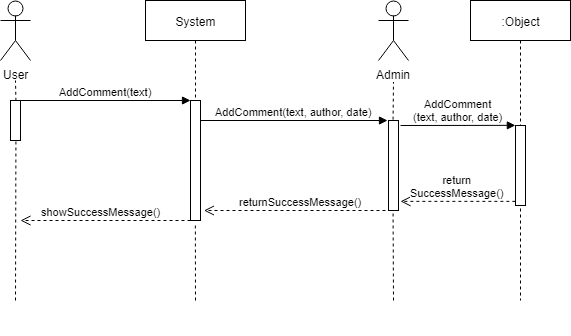
Earlier version of the draw.io export Behavioral/Sequence Diagram/Add comment success scenario.png (group-c/sw-project). Source tidied: cells renumbered, new cells last; positions are measured from the earlier drawing's top-left corner, leaving out a move shared by most shapes.
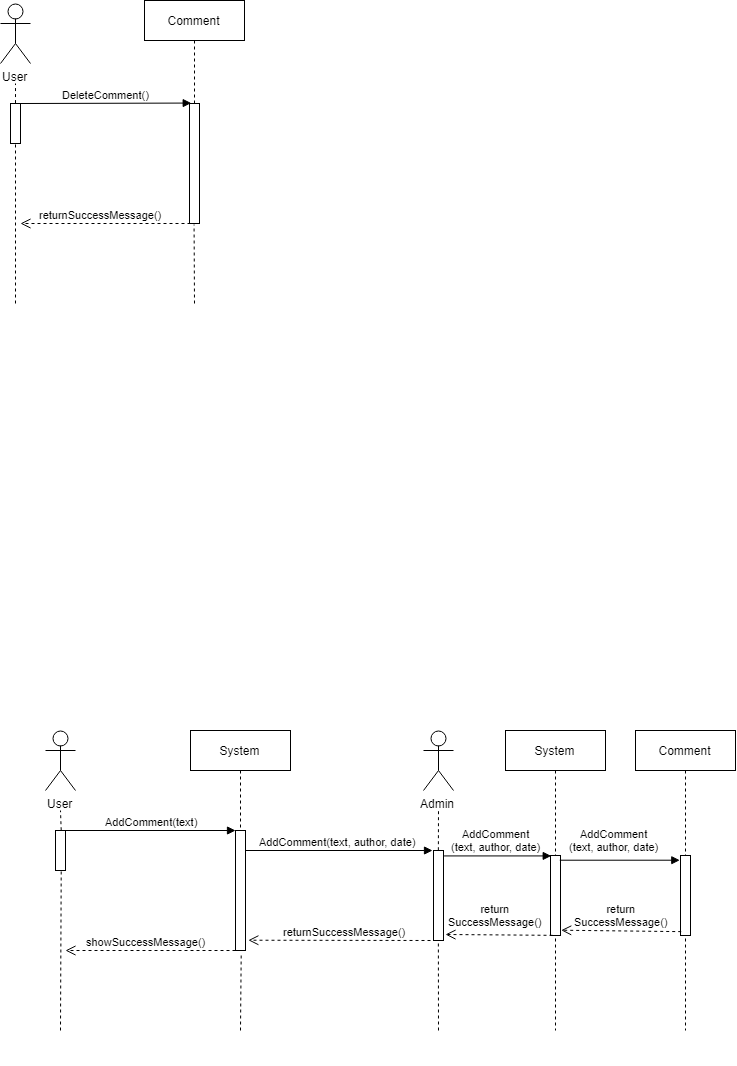
Above is the later version.

Commit message:
Added Add comment success scenario. Reyhaneh

The edit, as a diff of the source:
```diff
@@ -2,33 +2,74 @@
   <root>
     <mxCell id="0" />
     <mxCell id="1" parent="0" />
-    <mxCell id="2" value="User&lt;br&gt;" style="shape=umlActor;verticalLabelPosition=bottom;labelBackgroundColor=#ffffff;verticalAlign=top;html=1;" parent="1" vertex="1">
-      <mxGeometry width="30" height="60" as="geometry" />
-    </mxCell>
-    <mxCell id="3" style="html=1;points=[];perimeter=orthogonalPerimeter;" parent="1" vertex="1">
-      <mxGeometry x="10" y="100" width="10" height="40" as="geometry" />
-    </mxCell>
-    <mxCell id="4" style="html=1;points=[];perimeter=orthogonalPerimeter;" parent="1" vertex="1">
-      <mxGeometry x="388" y="120" width="10" height="90" as="geometry" />
-    </mxCell>
-    <mxCell id="5" style="endArrow=none;dashed=1;html=1;exitX=0.472;exitY=-0.011;exitDx=0;exitDy=0;exitPerimeter=0;" parent="1" edge="1" source="4">
-      <mxGeometry relative="1" as="geometry">
-        <mxPoint x="393" y="80" as="targetPoint" />
-      </mxGeometry>
-    </mxCell>
+    <mxCell id="22" value="User&lt;br&gt;" style="shape=umlActor;verticalLabelPosition=bottom;labelBackgroundColor=#ffffff;verticalAlign=top;html=1;" parent="1" vertex="1">
+      <mxGeometry x="-45" y="-727" width="30" height="60" as="geometry" />
+    </mxCell>
+    <mxCell id="23" style="html=1;points=[];perimeter=orthogonalPerimeter;" parent="1" vertex="1">
+      <mxGeometry x="-35" y="-627" width="10" height="40" as="geometry" />
+    </mxCell>
+    <mxCell id="24" style="html=1;points=[];perimeter=orthogonalPerimeter;" parent="1" vertex="1">
+      <mxGeometry x="144" y="-627" width="10" height="120" as="geometry" />
+    </mxCell>
+    <mxCell id="25" style="endArrow=none;dashed=1;html=1;exitX=0.523;exitY=0.002;exitDx=0;exitDy=0;exitPerimeter=0;" parent="1" edge="1" source="23">
+      <mxGeometry relative="1" as="geometry">
+        <mxPoint x="-30" y="-647" as="targetPoint" />
+      </mxGeometry>
+    </mxCell>
+    <mxCell id="26" style="endArrow=none;dashed=1;html=1;entryX=0.532;entryY=1.01;entryDx=0;entryDy=0;entryPerimeter=0;" parent="1" edge="1" target="23">
+      <mxGeometry relative="1" as="geometry">
+        <mxPoint x="-30" y="-427" as="sourcePoint" />
+      </mxGeometry>
+    </mxCell>
+    <mxCell id="27" value="DeleteComment()" style="html=1;verticalAlign=bottom;endArrow=block;entryX=0.1;entryY=0;entryDx=0;entryDy=0;entryPerimeter=0;" parent="1" edge="1" target="24">
+      <mxGeometry relative="1" as="geometry">
+        <mxPoint x="-25" y="-627" as="sourcePoint" />
+      </mxGeometry>
+    </mxCell>
+    <mxCell id="28" value="returnSuccessMessage()" style="html=1;verticalAlign=bottom;endArrow=open;dashed=1;endSize=8;" parent="1" edge="1">
+      <mxGeometry x="0.06" relative="1" as="geometry">
+        <mxPoint x="145" y="-507" as="sourcePoint" />
+        <mxPoint x="-25" y="-507" as="targetPoint" />
+      </mxGeometry>
+    </mxCell>
+    <mxCell id="29" style="endArrow=none;dashed=1;html=1;entryX=0.471;entryY=1.011;entryDx=0;entryDy=0;entryPerimeter=0;" parent="1" edge="1" target="24">
+      <mxGeometry relative="1" as="geometry">
+        <mxPoint x="149" y="-427" as="sourcePoint" />
+      </mxGeometry>
+    </mxCell>
+    <mxCell id="30" value="&lt;br&gt;&lt;br&gt;" style="text;html=1;align=left;verticalAlign=top;spacingTop=-4;" parent="1" vertex="1">
+      <mxGeometry x="383" y="-72" width="20" height="30" as="geometry" />
+    </mxCell>
+    <mxCell id="31" value="Comment" style="shape=umlLifeline;perimeter=lifelinePerimeter;whiteSpace=wrap;html=1;" parent="1" vertex="1">
+      <mxGeometry x="99" y="-730" width="100" height="103" as="geometry" />
+    </mxCell>
+    <mxCell id="32" value="User&lt;br&gt;" style="shape=umlActor;verticalLabelPosition=bottom;labelBackgroundColor=#ffffff;verticalAlign=top;html=1;" parent="1" vertex="1">
+      <mxGeometry width="30" height="60" as="geometry" />
+    </mxCell>
+    <mxCell id="33" style="html=1;points=[];perimeter=orthogonalPerimeter;" parent="1" vertex="1">
+      <mxGeometry x="10" y="100" width="10" height="40" as="geometry" />
+    </mxCell>
+    <mxCell id="34" style="html=1;points=[];perimeter=orthogonalPerimeter;" parent="1" vertex="1">
+      <mxGeometry x="388" y="120" width="10" height="90" as="geometry" />
+    </mxCell>
+    <mxCell id="35" style="endArrow=none;dashed=1;html=1;exitX=0.472;exitY=-0.011;exitDx=0;exitDy=0;exitPerimeter=0;" parent="1" edge="1" source="34">
+      <mxGeometry relative="1" as="geometry">
+        <mxPoint x="393" y="80" as="targetPoint" />
+      </mxGeometry>
+    </mxCell>
     <mxCell id="6" value="Admin" style="shape=umlActor;verticalLabelPosition=bottom;labelBackgroundColor=#ffffff;verticalAlign=top;html=1;" parent="1" vertex="1">
       <mxGeometry x="378" width="30" height="60" as="geometry" />
     </mxCell>
-    <mxCell id="7" style="endArrow=none;dashed=1;html=1;exitX=0.523;exitY=0.002;exitDx=0;exitDy=0;exitPerimeter=0;" parent="1" edge="1" source="3">
-      <mxGeometry relative="1" as="geometry">
-        <mxPoint x="15" y="80" as="targetPoint" />
-      </mxGeometry>
-    </mxCell>
-    <mxCell id="8" style="endArrow=none;dashed=1;html=1;entryX=0.532;entryY=1.01;entryDx=0;entryDy=0;entryPerimeter=0;" parent="1" edge="1" target="3">
-      <mxGeometry relative="1" as="geometry">
-        <mxPoint x="15" y="300" as="sourcePoint" />
-      </mxGeometry>
-    </mxCell>
+    <mxCell id="36" style="endArrow=none;dashed=1;html=1;exitX=0.523;exitY=0.002;exitDx=0;exitDy=0;exitPerimeter=0;" parent="1" edge="1" source="33">
+      <mxGeometry relative="1" as="geometry">
+        <mxPoint x="15" y="80" as="targetPoint" />
+      </mxGeometry>
+    </mxCell>
+    <mxCell id="37" style="endArrow=none;dashed=1;html=1;entryX=0.532;entryY=1.01;entryDx=0;entryDy=0;entryPerimeter=0;" parent="1" edge="1" target="33">
+      <mxGeometry relative="1" as="geometry">
+        <mxPoint x="15" y="300" as="sourcePoint" />
+      </mxGeometry>
+    </mxCell>
     <mxCell id="9" value="AddComment(text)" style="html=1;verticalAlign=bottom;endArrow=block;" parent="1" edge="1">
       <mxGeometry relative="1" as="geometry">
         <mxPoint x="20" y="100" as="sourcePoint" />
@@ -41,49 +82,62 @@
         <mxPoint x="20" y="220" as="targetPoint" />
       </mxGeometry>
     </mxCell>
-    <mxCell id="11" style="endArrow=none;dashed=1;html=1;entryX=0.471;entryY=1.011;entryDx=0;entryDy=0;entryPerimeter=0;" parent="1" edge="1" target="4">
-      <mxGeometry relative="1" as="geometry">
-        <mxPoint x="393" y="300" as="sourcePoint" />
-      </mxGeometry>
-    </mxCell>
-    <mxCell id="12" value="&lt;br&gt;&lt;br&gt;" style="text;html=1;align=left;verticalAlign=top;spacingTop=-4;" parent="1" vertex="1">
-      <mxGeometry x="383" y="305" width="20" height="30" as="geometry" />
-    </mxCell>
-    <mxCell id="13" style="html=1;points=[];perimeter=orthogonalPerimeter;" parent="1" vertex="1">
-      <mxGeometry x="190" y="100" width="10" height="120" as="geometry" />
-    </mxCell>
+    <mxCell id="38" style="endArrow=none;dashed=1;html=1;entryX=0.471;entryY=1.011;entryDx=0;entryDy=0;entryPerimeter=0;" parent="1" edge="1" target="34">
+      <mxGeometry relative="1" as="geometry">
+        <mxPoint x="393" y="300" as="sourcePoint" />
+      </mxGeometry>
+    </mxCell>
+    <mxCell id="39" value="&lt;br&gt;&lt;br&gt;" style="text;html=1;align=left;verticalAlign=top;spacingTop=-4;" parent="1" vertex="1">
+      <mxGeometry x="383" y="305" width="20" height="30" as="geometry" />
+    </mxCell>
+    <mxCell id="40" style="html=1;points=[];perimeter=orthogonalPerimeter;" parent="1" vertex="1">
+      <mxGeometry x="190" y="100" width="10" height="120" as="geometry" />
+    </mxCell>
     <mxCell id="14" value="AddComment(text, author, date)" style="html=1;verticalAlign=bottom;endArrow=block;" parent="1" edge="1">
       <mxGeometry relative="1" as="geometry">
         <mxPoint x="200" y="120" as="sourcePoint" />
         <mxPoint x="387" y="120" as="targetPoint" />
       </mxGeometry>
     </mxCell>
-    <mxCell id="15" value="returnSuccessMessage()" style="html=1;verticalAlign=bottom;endArrow=open;dashed=1;endSize=8;entryX=1.333;entryY=0.915;entryDx=0;entryDy=0;entryPerimeter=0;" parent="1" edge="1" target="13">
+    <mxCell id="15" value="returnSuccessMessage()" style="html=1;verticalAlign=bottom;endArrow=open;dashed=1;endSize=8;entryX=1.333;entryY=0.915;entryDx=0;entryDy=0;entryPerimeter=0;" parent="1" edge="1" target="40">
       <mxGeometry x="-0.06" relative="1" as="geometry">
         <mxPoint x="385" y="210" as="sourcePoint" />
       </mxGeometry>
     </mxCell>
-    <mxCell id="16" value="System" style="shape=umlLifeline;perimeter=lifelinePerimeter;whiteSpace=wrap;html=1;" parent="1" vertex="1">
-      <mxGeometry x="145" width="100" height="100" as="geometry" />
-    </mxCell>
-    <mxCell id="17" style="endArrow=none;dashed=1;html=1;entryX=0.5;entryY=1.018;entryDx=0;entryDy=0;entryPerimeter=0;" parent="1" edge="1" target="13">
-      <mxGeometry relative="1" as="geometry">
-        <mxPoint x="195" y="300" as="sourcePoint" />
-      </mxGeometry>
-    </mxCell>
-    <mxCell id="18" value=":Object" style="shape=umlLifeline;perimeter=lifelinePerimeter;whiteSpace=wrap;html=1;" parent="1" vertex="1">
-      <mxGeometry x="470" width="100" height="300" as="geometry" />
-    </mxCell>
-    <mxCell id="19" style="html=1;points=[];perimeter=orthogonalPerimeter;" parent="18" vertex="1">
-      <mxGeometry x="45" y="125" width="10" height="80" as="geometry" />
-    </mxCell>
-    <mxCell id="20" value="AddComment&lt;br&gt;(text, author, date)&lt;br&gt;" style="html=1;verticalAlign=bottom;endArrow=block;entryX=0;entryY=0;" parent="18" edge="1" target="19">
-      <mxGeometry relative="1" as="geometry">
-        <mxPoint x="-70" y="125" as="sourcePoint" />
-      </mxGeometry>
-    </mxCell>
-    <mxCell id="21" value="return&lt;br&gt;SuccessMessage()" style="html=1;verticalAlign=bottom;endArrow=open;dashed=1;endSize=8;exitX=0;exitY=0.95;entryX=1.2;entryY=0.9;entryDx=0;entryDy=0;entryPerimeter=0;" parent="1" edge="1" source="19" target="4">
-      <mxGeometry relative="1" as="geometry" />
-    </mxCell>
+    <mxCell id="41" value="System" style="shape=umlLifeline;perimeter=lifelinePerimeter;whiteSpace=wrap;html=1;" parent="1" vertex="1">
+      <mxGeometry x="145" width="100" height="100" as="geometry" />
+    </mxCell>
+    <mxCell id="42" style="endArrow=none;dashed=1;html=1;entryX=0.5;entryY=1.018;entryDx=0;entryDy=0;entryPerimeter=0;" parent="1" edge="1" target="40">
+      <mxGeometry relative="1" as="geometry">
+        <mxPoint x="195" y="300" as="sourcePoint" />
+      </mxGeometry>
+    </mxCell>
+    <mxCell id="43" value="Comment" style="shape=umlLifeline;perimeter=lifelinePerimeter;whiteSpace=wrap;html=1;" parent="1" vertex="1">
+      <mxGeometry x="590" width="100" height="300" as="geometry" />
+    </mxCell>
+    <mxCell id="44" style="html=1;points=[];perimeter=orthogonalPerimeter;" parent="43" vertex="1">
+      <mxGeometry x="45" y="125" width="10" height="80" as="geometry" />
+    </mxCell>
+    <mxCell id="45" value="return&lt;br&gt;SuccessMessage()" style="html=1;verticalAlign=bottom;endArrow=open;dashed=1;endSize=8;exitX=0;exitY=0.95;entryX=1.047;entryY=0.939;entryDx=0;entryDy=0;entryPerimeter=0;" parent="1" edge="1" source="44" target="47">
+      <mxGeometry relative="1" as="geometry" />
+    </mxCell>
+    <mxCell id="46" value="System" style="shape=umlLifeline;perimeter=lifelinePerimeter;whiteSpace=wrap;html=1;" parent="1" vertex="1">
+      <mxGeometry x="460" width="100" height="300" as="geometry" />
+    </mxCell>
+    <mxCell id="47" style="html=1;points=[];perimeter=orthogonalPerimeter;" parent="46" vertex="1">
+      <mxGeometry x="45" y="125" width="10" height="80" as="geometry" />
+    </mxCell>
+    <mxCell id="48" value="AddComment&lt;br&gt;(text, author, date)&lt;br&gt;" style="html=1;verticalAlign=bottom;endArrow=block;entryX=-0.048;entryY=0.053;exitX=0.919;exitY=0.053;exitDx=0;exitDy=0;exitPerimeter=0;entryDx=0;entryDy=0;entryPerimeter=0;" parent="1" edge="1" source="47" target="44">
+      <mxGeometry x="-0.09" y="5" relative="1" as="geometry" />
+    </mxCell>
+    <mxCell id="49" value="AddComment&lt;br&gt;(text, author, date)" style="html=1;verticalAlign=bottom;endArrow=block;exitX=1;exitY=0.064;exitDx=0;exitDy=0;exitPerimeter=0;entryX=0.06;entryY=0.005;entryDx=0;entryDy=0;entryPerimeter=0;" parent="1" edge="1" source="34" target="47">
+      <mxGeometry x="-0.03" relative="1" as="geometry" />
+    </mxCell>
+    <mxCell id="50" value="return&lt;br&gt;SuccessMessage()" style="html=1;verticalAlign=bottom;endArrow=open;dashed=1;endSize=8;exitX=0;exitY=0.95;" parent="1" edge="1">
+      <mxGeometry x="0.07" y="-4" relative="1" as="geometry">
+        <mxPoint x="507" y="204.8" as="sourcePoint" />
+        <mxPoint x="400" y="204" as="targetPoint" />
+      </mxGeometry>
+    </mxCell>
   </root>
 </mxGraphModel>
```
